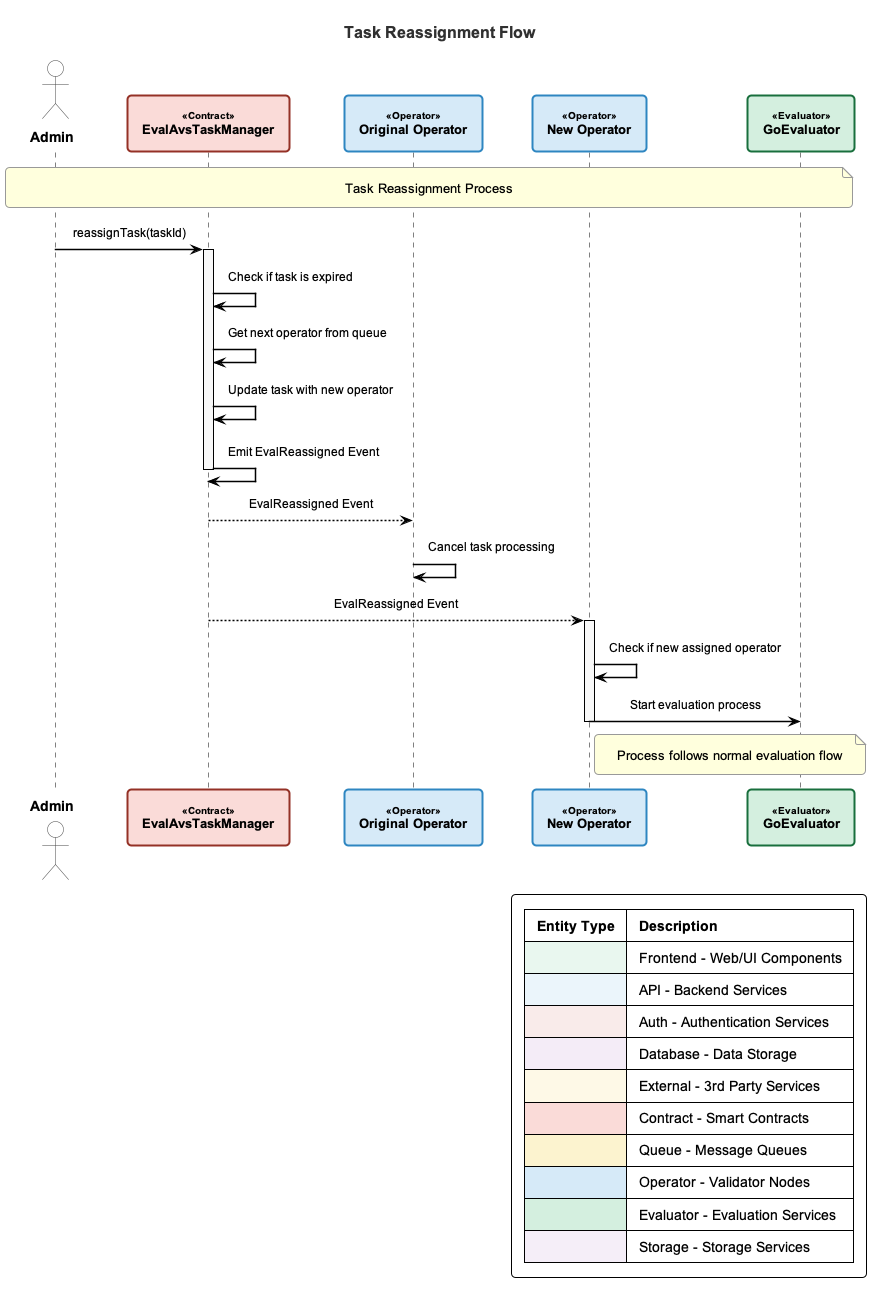
k-g-j/ll-sequence-diagrams keeps this PlantUML diagram as custom-diagrams/diagrams/avs-reassignment-flow.png. Above is the earlier version.
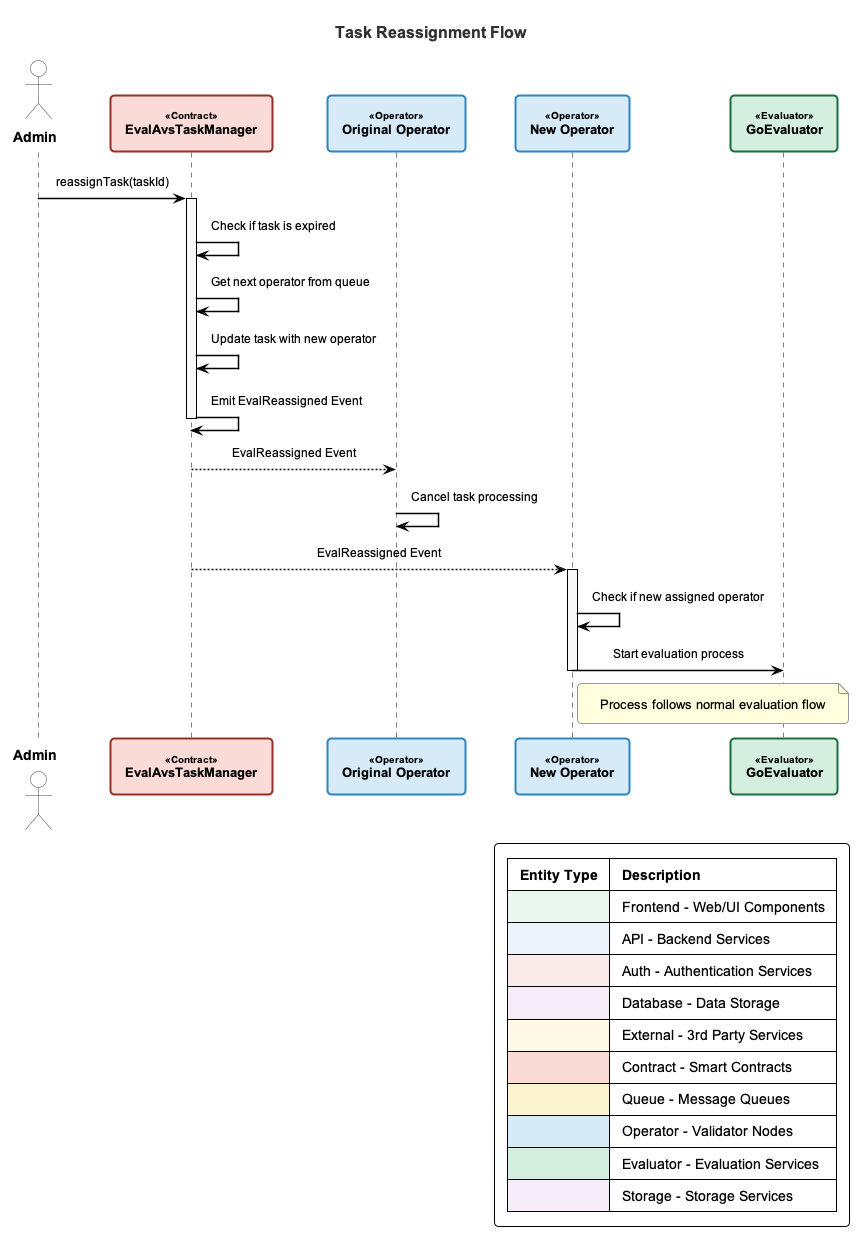
After the change.

The edit, as a diff of the source:
```diff
@@ -15,7 +15,6 @@
 participant "New Operator" as NewOperator <<Operator>>
 participant "GoEvaluator" as GoEvaluator <<Evaluator>>
 
-note over Admin, GoEvaluator: Task Reassignment Process
 
 Admin -> TaskManager: reassignTask(taskId)
 activate TaskManager
```
